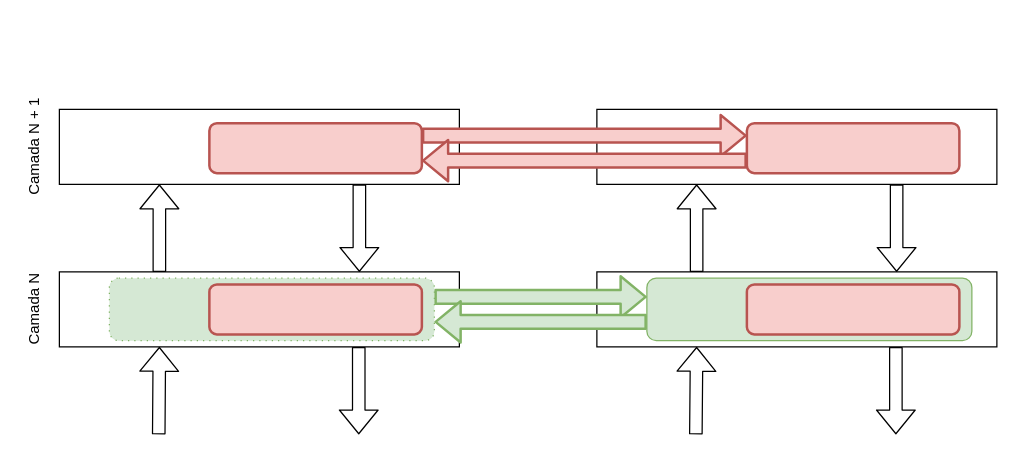
Earlier version of the draw.io diagram page "Page-1" (1 of 3) of docs/drawings/pilha.drawio (lasarojc/ds_notes). Source tidied: cells renumbered, new cells numbered last; positions are measured from the earlier drawing's top-left corner, leaving out a move shared by most shapes. Both pictures are drawn from the tidied source at 125%, with x=0, y=0 at pixel (-16, 109).
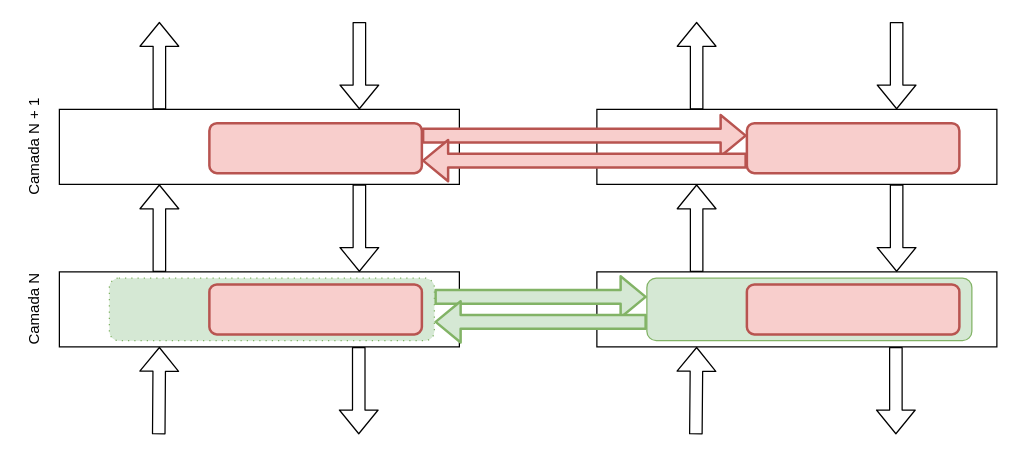
The same page after the edit.

Change to the diagram source:
```diff
@@
+    <mxCell id="26" style="shape=flexArrow;endArrow=classic;html=1;exitX=0.25;exitY=0;exitDx=0;exitDy=0;" parent="1" edge="1">
+      <mxGeometry relative="1" as="geometry">
+        <mxPoint x="140" as="sourcePoint" />
+        <mxPoint x="140" y="-70" as="targetPoint" />
+      </mxGeometry>
+    </mxCell>
+    <mxCell id="27" style="shape=flexArrow;endArrow=classic;html=1;entryX=0.75;entryY=0;entryDx=0;entryDy=0;" parent="1" edge="1">
+      <mxGeometry relative="1" as="geometry">
+        <mxPoint x="300" y="-70" as="sourcePoint" />
+        <mxPoint x="300" as="targetPoint" />
+      </mxGeometry>
+    </mxCell>
+    <mxCell id="28" style="shape=flexArrow;endArrow=classic;html=1;exitX=0.25;exitY=0;exitDx=0;exitDy=0;" parent="1" edge="1">
+      <mxGeometry relative="1" as="geometry">
+        <mxPoint x="569.8" as="sourcePoint" />
+        <mxPoint x="569.8" y="-70" as="targetPoint" />
+      </mxGeometry>
+    </mxCell>
+    <mxCell id="29" style="shape=flexArrow;endArrow=classic;html=1;entryX=0.75;entryY=0;entryDx=0;entryDy=0;" parent="1" edge="1">
+      <mxGeometry relative="1" as="geometry">
+        <mxPoint x="729.8" y="-70" as="sourcePoint" />
+        <mxPoint x="729.8" as="targetPoint" />
+      </mxGeometry>
+    </mxCell>
```
